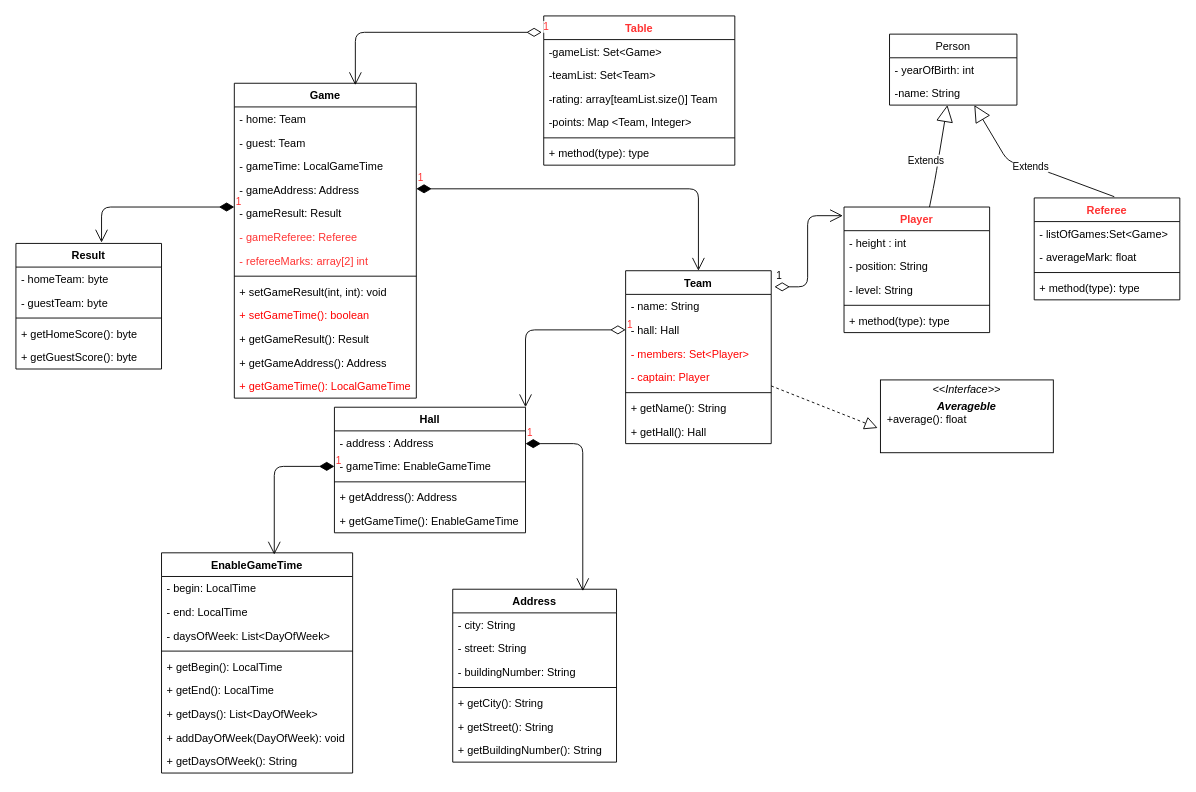
Before: first.drawio in Roman-Polovtsev/Superleage, a draw.io diagram. Source tidied: cells renumbered, new cells numbered last; positions are measured from the earlier drawing's top-left corner, leaving out a move shared by most shapes. Both pictures are drawn from the tidied source at 91%, with x=0, y=0 at pixel (15, 15).
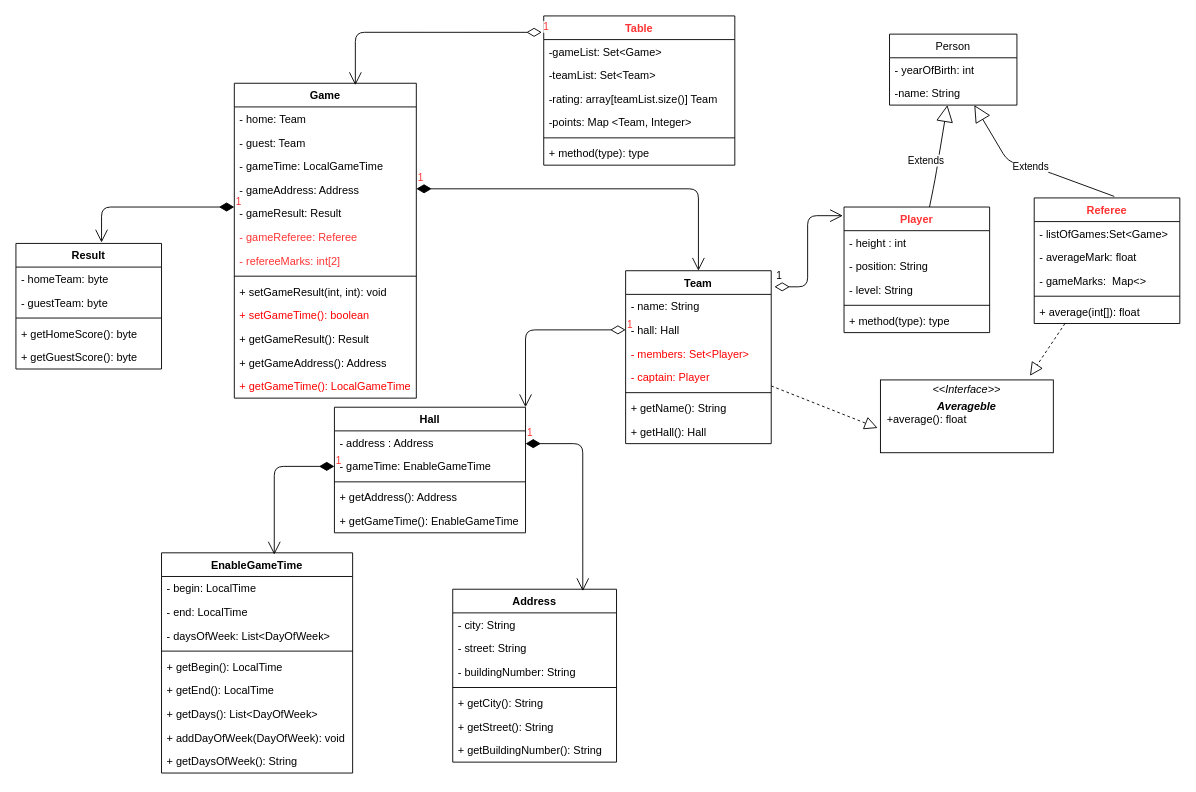
The same page after the edit.

Commit message:
added interface to referee and map in referee

Unchanged cells that the change refers to:
```xml
<mxCell id="50" value="Game" style="swimlane;fontStyle=1;align=center;verticalAlign=top;horizontal=1;startSize=26;" parent="1" vertex="1">
  <mxGeometry x="240" y="74" width="200" height="346" as="geometry" />
</mxCell>
<mxCell id="84" value="&lt;p style=&quot;margin: 0px ; margin-top: 4px ; text-align: center&quot;&gt;&lt;i&gt;&amp;lt;&amp;lt;Interface&amp;gt;&amp;gt;&lt;/i&gt;&lt;/p&gt;&lt;p style=&quot;margin: 0px ; margin-top: 4px ; text-align: center&quot;&gt;&lt;i&gt;&lt;b&gt;Averageble&lt;/b&gt;&lt;/i&gt;&lt;br&gt;&lt;/p&gt;&lt;p style=&quot;margin: 0px ; margin-left: 4px&quot;&gt;&amp;nbsp;+&lt;span&gt;average(): float&lt;/span&gt;&lt;/p&gt;&lt;p style=&quot;margin: 0px ; margin-left: 4px&quot;&gt;&lt;br&gt;&lt;/p&gt;" style="verticalAlign=top;align=left;overflow=fill;fontSize=12;fontFamily=Helvetica;html=1;" parent="1" vertex="1">
  <mxGeometry x="950" y="400" width="190" height="80" as="geometry" />
</mxCell>
```

Change to the diagram source:
```diff
@@
-    <mxCell id="57" value="- refereeMarks: array[2] int" style="text;strokeColor=none;fillColor=none;align=left;verticalAlign=top;spacingLeft=4;spacingRight=4;overflow=hidden;fontColor=#FF3333;" parent="50" vertex="1">
+    <mxCell id="57" value="- refereeMarks: int[2] " style="text;strokeColor=none;fillColor=none;align=left;verticalAlign=top;spacingLeft=4;spacingRight=4;overflow=hidden;fontColor=#FF3333;" parent="50" vertex="1">
       <mxGeometry y="182" width="200" height="26" as="geometry" />
     </mxCell>
@@
     <mxCell id="71" value="Referee" style="swimlane;fontStyle=1;align=center;verticalAlign=top;horizontal=1;startSize=26;fontColor=#FF3333;" parent="1" vertex="1">
-      <mxGeometry x="1119" y="200" width="160" height="112" as="geometry" />
+      <mxGeometry x="1119" y="200" width="160" height="138" as="geometry" />
     </mxCell>
@@
+    <mxCell id="86" value="- gameMarks:  Map&lt;&gt;" style="text;strokeColor=none;fillColor=none;align=left;verticalAlign=top;spacingLeft=4;spacingRight=4;overflow=hidden;" parent="71" vertex="1">
+      <mxGeometry y="78" width="160" height="26" as="geometry" />
+    </mxCell>
     <mxCell id="74" style="line;strokeWidth=1;fillColor=none;align=left;verticalAlign=middle;spacingTop=-1;spacingLeft=3;spacingRight=3;labelPosition=right;" parent="71" vertex="1">
-      <mxGeometry y="78" width="160" height="8" as="geometry" />
+      <mxGeometry y="104" width="160" height="8" as="geometry" />
     </mxCell>
-    <mxCell id="75" value="+ method(type): type" style="text;strokeColor=none;fillColor=none;align=left;verticalAlign=top;spacingLeft=4;spacingRight=4;overflow=hidden;" parent="71" vertex="1">
-      <mxGeometry y="86" width="160" height="26" as="geometry" />
+    <mxCell id="75" value="+ average(int[]): float" style="text;strokeColor=none;fillColor=none;align=left;verticalAlign=top;spacingLeft=4;spacingRight=4;overflow=hidden;" parent="71" vertex="1">
+      <mxGeometry y="112" width="160" height="26" as="geometry" />
     </mxCell>
@@
+    <mxCell id="87" style="endArrow=block;dashed=1;endFill=0;endSize=12;html=1;entryX=0.865;entryY=-0.057;entryDx=0;entryDy=0;entryPerimeter=0;" parent="1" edge="1" source="71" target="84">
+      <mxGeometry relative="1" as="geometry" />
+    </mxCell>
```
